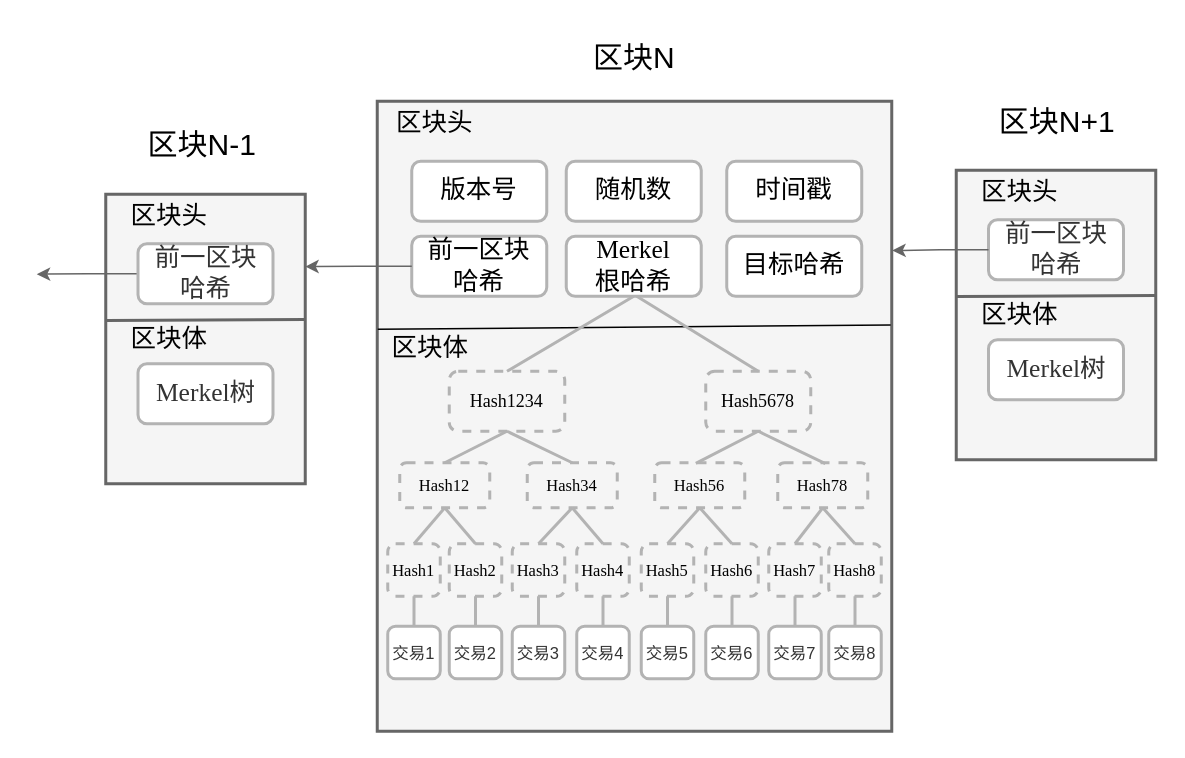
Before: 区块结构.drawio in Mr-doublehappines/httpServer, a draw.io diagram. Source tidied: cells renumbered, new cells numbered last; positions are measured from the earlier drawing's top-left corner, leaving out a move shared by most shapes. Both pictures are drawn from the tidied source at 150%, with x=0, y=0 at pixel (36, 26).
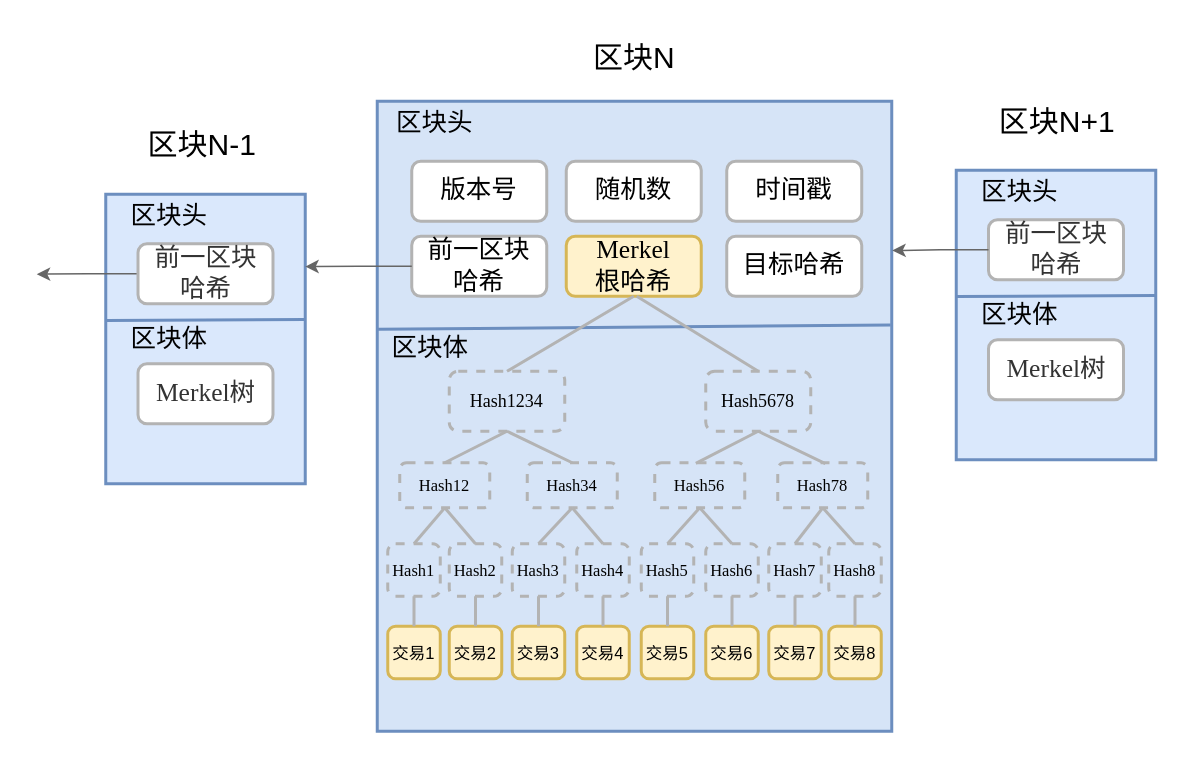
After the change.

Commit message:
更新区块结构.drawio

The change refers to these unchanged cells:
```xml
<mxCell id="11" value="&lt;font style=&quot;font-size: 17px;&quot;&gt;区块体&lt;/font&gt;" style="text;html=1;align=center;verticalAlign=middle;points=[];strokeColor=none;fillColor=none;fontFamily=宋体;fontSize=12;fontColor=default;labelBackgroundColor=none;" parent="1" vertex="1">
  <mxGeometry x="227" y="200" width="70" height="30" as="geometry" />
</mxCell>
```

What changed in the source:
```diff
@@
-    <mxCell id="2" style="rounded=0;whiteSpace=wrap;html=1;labelBackgroundColor=none;fontSize=17;fontFamily=宋体;fillColor=#f5f5f5;fontColor=#333333;strokeColor=#666666;strokeWidth=2;" parent="1" vertex="1">
+    <mxCell id="2" style="rounded=0;whiteSpace=wrap;html=1;labelBackgroundColor=none;fontSize=17;fontFamily=宋体;fillColor=#D6E4F7;strokeColor=#6c8ebf;strokeWidth=2;" parent="1" vertex="1">
       <mxGeometry x="227" y="50" width="343" height="420" as="geometry" />
     </mxCell>
@@
-    <mxCell id="7" value="&lt;font face=&quot;Times New Roman&quot; style=&quot;font-size: 17px;&quot;&gt;Merkel&lt;/font&gt;&lt;div&gt;&lt;font style=&quot;font-size: 17px;&quot;&gt;根哈希&lt;/font&gt;&lt;/div&gt;" style="rounded=1;whiteSpace=wrap;html=1;labelBackgroundColor=none;fontSize=17;strokeColor=#B3B3B3;fontFamily=宋体;strokeWidth=2;align=center;verticalAlign=middle;fontColor=default;fillColor=default;" parent="1" vertex="1">
+    <mxCell id="7" value="&lt;font face=&quot;Times New Roman&quot; style=&quot;font-size: 17px;&quot;&gt;Merkel&lt;/font&gt;&lt;div&gt;&lt;font style=&quot;font-size: 17px;&quot;&gt;根哈希&lt;/font&gt;&lt;/div&gt;" style="rounded=1;whiteSpace=wrap;html=1;labelBackgroundColor=none;fontSize=17;strokeColor=#d6b656;fontFamily=宋体;strokeWidth=2;align=center;verticalAlign=middle;fillColor=#fff2cc;" parent="1" vertex="1">
       <mxGeometry x="353" y="140" width="90" height="40" as="geometry" />
     </mxCell>
@@
-    <mxCell id="10" style="endArrow=none;html=1;rounded=0;fontFamily=宋体;fontSize=12;fontColor=default;labelBackgroundColor=none;exitX=0.005;exitY=0.067;exitDx=0;exitDy=0;exitPerimeter=0;entryX=0.998;entryY=0.355;entryDx=0;entryDy=0;entryPerimeter=0;" parent="1" edge="1" source="11" target="2">
+    <mxCell id="10" style="endArrow=none;html=1;rounded=0;fontFamily=宋体;fontSize=12;fontColor=default;labelBackgroundColor=none;exitX=0.005;exitY=0.067;exitDx=0;exitDy=0;exitPerimeter=0;entryX=0.998;entryY=0.355;entryDx=0;entryDy=0;entryPerimeter=0;fillColor=#dae8fc;strokeColor=#6c8ebf;strokeWidth=2;" parent="1" edge="1" source="11" target="2">
       <mxGeometry relative="1" as="geometry" />
     </mxCell>
@@
-    <mxCell id="28" value="交易1" style="rounded=1;whiteSpace=wrap;html=1;align=center;verticalAlign=middle;fontFamily=宋体;fontSize=11;labelBackgroundColor=none;fillColor=#FFFFFF;strokeWidth=2;strokeColor=#B3B3B3;fontColor=#333333;" parent="1" vertex="1">
+    <mxCell id="28" value="交易1" style="rounded=1;whiteSpace=wrap;html=1;align=center;verticalAlign=middle;fontFamily=宋体;fontSize=11;labelBackgroundColor=none;fillColor=#fff2cc;strokeWidth=2;strokeColor=#d6b656;" parent="1" vertex="1">
       <mxGeometry x="234" y="400" width="35" height="35" as="geometry" />
     </mxCell>
-    <mxCell id="29" value="交易2" style="rounded=1;whiteSpace=wrap;html=1;align=center;verticalAlign=middle;fontFamily=宋体;fontSize=11;fontColor=#333333;labelBackgroundColor=none;fillColor=#FFFFFF;strokeWidth=2;strokeColor=#B3B3B3;" parent="1" vertex="1">
+    <mxCell id="29" value="交易2" style="rounded=1;whiteSpace=wrap;html=1;align=center;verticalAlign=middle;fontFamily=宋体;fontSize=11;labelBackgroundColor=none;fillColor=#fff2cc;strokeWidth=2;strokeColor=#d6b656;" parent="1" vertex="1">
       <mxGeometry x="275" y="400" width="35" height="35" as="geometry" />
     </mxCell>
-    <mxCell id="30" value="交易3" style="rounded=1;whiteSpace=wrap;html=1;align=center;verticalAlign=middle;fontFamily=宋体;fontSize=11;fontColor=#333333;labelBackgroundColor=none;fillColor=#FFFFFF;strokeWidth=2;strokeColor=#B3B3B3;" parent="1" vertex="1">
+    <mxCell id="30" value="交易3" style="rounded=1;whiteSpace=wrap;html=1;align=center;verticalAlign=middle;fontFamily=宋体;fontSize=11;labelBackgroundColor=none;fillColor=#fff2cc;strokeWidth=2;strokeColor=#d6b656;" parent="1" vertex="1">
       <mxGeometry x="317" y="400" width="35" height="35" as="geometry" />
     </mxCell>
-    <mxCell id="31" value="交易4" style="rounded=1;whiteSpace=wrap;html=1;align=center;verticalAlign=middle;fontFamily=宋体;fontSize=11;fontColor=#333333;labelBackgroundColor=none;fillColor=#FFFFFF;strokeWidth=2;strokeColor=#B3B3B3;" parent="1" vertex="1">
+    <mxCell id="31" value="交易4" style="rounded=1;whiteSpace=wrap;html=1;align=center;verticalAlign=middle;fontFamily=宋体;fontSize=11;labelBackgroundColor=none;fillColor=#fff2cc;strokeWidth=2;strokeColor=#d6b656;" parent="1" vertex="1">
       <mxGeometry x="360" y="400" width="35" height="35" as="geometry" />
     </mxCell>
-    <mxCell id="32" value="交易5" style="rounded=1;whiteSpace=wrap;html=1;align=center;verticalAlign=middle;fontFamily=宋体;fontSize=11;fontColor=#333333;labelBackgroundColor=none;fillColor=#FFFFFF;strokeWidth=2;strokeColor=#B3B3B3;" parent="1" vertex="1">
+    <mxCell id="32" value="交易5" style="rounded=1;whiteSpace=wrap;html=1;align=center;verticalAlign=middle;fontFamily=宋体;fontSize=11;labelBackgroundColor=none;fillColor=#fff2cc;strokeWidth=2;strokeColor=#d6b656;" parent="1" vertex="1">
       <mxGeometry x="403" y="400" width="35" height="35" as="geometry" />
     </mxCell>
-    <mxCell id="33" value="交易6" style="rounded=1;whiteSpace=wrap;html=1;align=center;verticalAlign=middle;fontFamily=宋体;fontSize=11;fontColor=#333333;labelBackgroundColor=none;fillColor=#FFFFFF;strokeWidth=2;strokeColor=#B3B3B3;" parent="1" vertex="1">
+    <mxCell id="33" value="交易6" style="rounded=1;whiteSpace=wrap;html=1;align=center;verticalAlign=middle;fontFamily=宋体;fontSize=11;labelBackgroundColor=none;fillColor=#fff2cc;strokeWidth=2;strokeColor=#d6b656;" parent="1" vertex="1">
       <mxGeometry x="446" y="400" width="35" height="35" as="geometry" />
     </mxCell>
-    <mxCell id="34" value="交易7" style="rounded=1;whiteSpace=wrap;html=1;align=center;verticalAlign=middle;fontFamily=宋体;fontSize=11;fontColor=#333333;labelBackgroundColor=none;fillColor=#FFFFFF;strokeWidth=2;strokeColor=#B3B3B3;" parent="1" vertex="1">
+    <mxCell id="34" value="交易7" style="rounded=1;whiteSpace=wrap;html=1;align=center;verticalAlign=middle;fontFamily=宋体;fontSize=11;labelBackgroundColor=none;fillColor=#fff2cc;strokeWidth=2;strokeColor=#d6b656;" parent="1" vertex="1">
       <mxGeometry x="488" y="400" width="35" height="35" as="geometry" />
     </mxCell>
-    <mxCell id="35" value="交易8" style="rounded=1;whiteSpace=wrap;html=1;align=center;verticalAlign=middle;fontFamily=宋体;fontSize=11;fontColor=#333333;labelBackgroundColor=none;fillColor=#FFFFFF;strokeWidth=2;strokeColor=#B3B3B3;" parent="1" vertex="1">
+    <mxCell id="35" value="交易8" style="rounded=1;whiteSpace=wrap;html=1;align=center;verticalAlign=middle;fontFamily=宋体;fontSize=11;labelBackgroundColor=none;fillColor=#fff2cc;strokeWidth=2;strokeColor=#d6b656;" parent="1" vertex="1">
       <mxGeometry x="528" y="400" width="35" height="35" as="geometry" />
     </mxCell>
@@
-    <mxCell id="54" style="rounded=0;whiteSpace=wrap;html=1;align=center;verticalAlign=middle;fontFamily=宋体;fontSize=17;fontColor=#333333;labelBackgroundColor=none;fillColor=#f5f5f5;strokeColor=#666666;strokeWidth=2;" parent="1" vertex="1">
+    <mxCell id="54" style="rounded=0;whiteSpace=wrap;html=1;align=center;verticalAlign=middle;fontFamily=宋体;fontSize=17;labelBackgroundColor=none;fillColor=#dae8fc;strokeColor=#6c8ebf;strokeWidth=2;" parent="1" vertex="1">
       <mxGeometry x="613" y="96" width="133" height="193" as="geometry" />
     </mxCell>
@@
-    <mxCell id="56" value="&lt;span style=&quot;font-size: 17px;&quot;&gt;前一区块&lt;/span&gt;&lt;div style=&quot;font-size: 17px;&quot;&gt;&lt;span style=&quot;font-size: 17px;&quot;&gt;哈希&lt;/span&gt;&lt;/div&gt;" style="rounded=1;whiteSpace=wrap;html=1;labelBackgroundColor=none;fontSize=17;strokeColor=#B3B3B3;fontFamily=宋体;strokeWidth=2;fillColor=#FFFFFF;fontColor=#333333;align=center;verticalAlign=middle;" parent="1" vertex="1">
+    <mxCell id="56" value="&lt;span style=&quot;font-size: 17px;&quot;&gt;前一区块&lt;/span&gt;&lt;div style=&quot;font-size: 17px;&quot;&gt;&lt;span style=&quot;font-size: 17px;&quot;&gt;哈希&lt;/span&gt;&lt;/div&gt;" style="rounded=1;whiteSpace=wrap;html=1;labelBackgroundColor=none;fontSize=17;strokeColor=#B3B3B3;fontFamily=宋体;strokeWidth=2;fillColor=#FFFFFF;align=center;verticalAlign=middle;fontColor=#333333;" parent="1" vertex="1">
       <mxGeometry x="634.5" y="129" width="90" height="40" as="geometry" />
     </mxCell>
-    <mxCell id="57" style="endArrow=none;html=1;rounded=0;fontFamily=宋体;fontSize=17;fontColor=#333333;labelBackgroundColor=none;exitX=0;exitY=0.436;exitDx=0;exitDy=0;exitPerimeter=0;entryX=0.998;entryY=0.433;entryDx=0;entryDy=0;entryPerimeter=0;fillColor=#f5f5f5;strokeColor=#666666;strokeWidth=2;align=center;verticalAlign=middle;" parent="1" edge="1" source="54" target="54">
+    <mxCell id="57" style="endArrow=none;html=1;rounded=0;fontFamily=宋体;fontSize=17;fontColor=#333333;labelBackgroundColor=none;exitX=0;exitY=0.436;exitDx=0;exitDy=0;exitPerimeter=0;entryX=0.998;entryY=0.433;entryDx=0;entryDy=0;entryPerimeter=0;fillColor=#dae8fc;strokeColor=#6c8ebf;strokeWidth=2;align=center;verticalAlign=middle;" parent="1" edge="1" source="54" target="54">
       <mxGeometry relative="1" as="geometry" />
     </mxCell>
@@
-    <mxCell id="61" style="rounded=0;whiteSpace=wrap;html=1;align=center;verticalAlign=middle;fontFamily=宋体;fontSize=17;fontColor=#333333;labelBackgroundColor=none;fillColor=#f5f5f5;strokeColor=#666666;strokeWidth=2;" parent="1" vertex="1">
+    <mxCell id="61" style="rounded=0;whiteSpace=wrap;html=1;align=center;verticalAlign=middle;fontFamily=宋体;fontSize=17;labelBackgroundColor=none;fillColor=#dae8fc;strokeColor=#6c8ebf;strokeWidth=2;" parent="1" vertex="1">
       <mxGeometry x="46" y="112" width="133" height="193" as="geometry" />
     </mxCell>
@@
-    <mxCell id="65" style="endArrow=none;html=1;rounded=0;fontFamily=宋体;fontSize=17;fontColor=#333333;labelBackgroundColor=none;exitX=0;exitY=0.436;exitDx=0;exitDy=0;exitPerimeter=0;entryX=0.998;entryY=0.433;entryDx=0;entryDy=0;entryPerimeter=0;fillColor=#f5f5f5;strokeColor=#666666;strokeWidth=2;align=center;verticalAlign=middle;" parent="1" edge="1" source="61" target="61">
+    <mxCell id="65" style="endArrow=none;html=1;rounded=0;fontFamily=宋体;fontSize=17;fontColor=#333333;labelBackgroundColor=none;exitX=0;exitY=0.436;exitDx=0;exitDy=0;exitPerimeter=0;entryX=0.998;entryY=0.433;entryDx=0;entryDy=0;entryPerimeter=0;fillColor=#dae8fc;strokeColor=#6c8ebf;strokeWidth=2;align=center;verticalAlign=middle;" parent="1" edge="1" source="61" target="61">
       <mxGeometry relative="1" as="geometry" />
     </mxCell>
```
